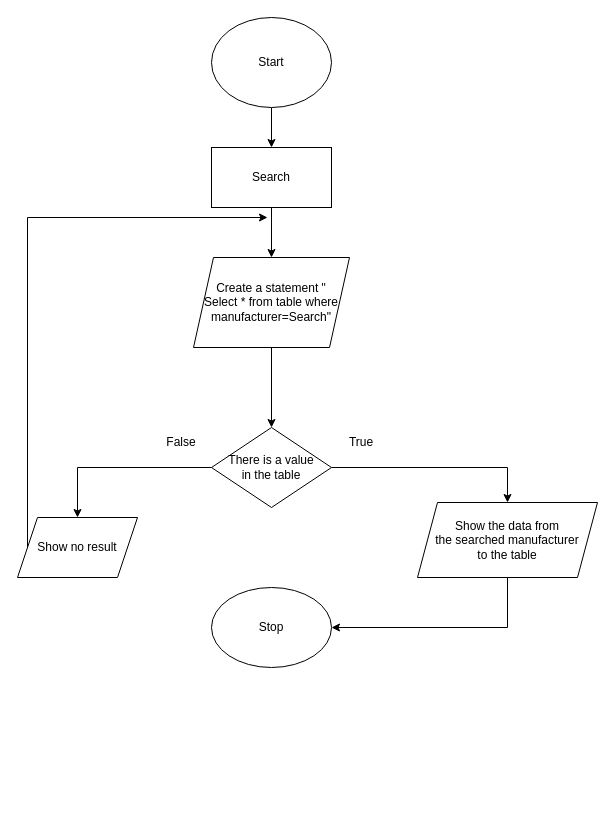
khanh8603/khanh8603 keeps this draw.io diagram as page "Filter by manufacturer" (1 of 4) of Filterphone.drawio. Above is the earlier version. Source tidied: cells renumbered, new cells numbered last; positions are measured from the earlier drawing's top-left corner, leaving out a move shared by most shapes. Both pictures are drawn from the tidied source at 100%, with x=0, y=0 at pixel (17, 17).
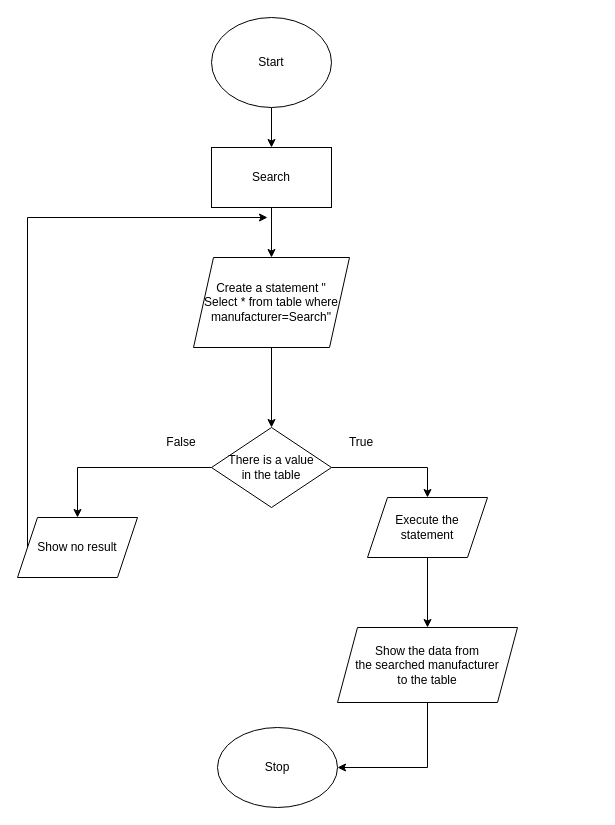
The same page after the edit.

The change refers to these unchanged cells:
```xml
<mxCell id="11" value="There is a value&lt;br&gt;in the table" style="rhombus;whiteSpace=wrap;html=1;" parent="1" vertex="1">
  <mxGeometry x="194" y="410" width="120" height="80" as="geometry" />
</mxCell>
```

The edit, as a diff of the source:
```diff
@@
     <mxCell id="4" value="Stop" style="ellipse;whiteSpace=wrap;html=1;" parent="1" vertex="1">
-      <mxGeometry x="194" y="570" width="120" height="80" as="geometry" />
+      <mxGeometry x="200" y="710" width="120" height="80" as="geometry" />
     </mxCell>
@@
-    <mxCell id="9" style="edgeStyle=orthogonalEdgeStyle;rounded=0;jettySize=auto;html=1;entryX=0.5;entryY=0;entryDx=0;entryDy=0;" parent="1" edge="1" source="11" target="13">
+    <mxCell id="9" style="edgeStyle=orthogonalEdgeStyle;rounded=0;jettySize=auto;html=1;entryX=0.5;entryY=0;entryDx=0;entryDy=0;" parent="1" edge="1" source="19" target="13">
       <mxGeometry relative="1" as="geometry" />
     </mxCell>
@@
     <mxCell id="13" value="Show the data from&lt;br&gt;the searched manufacturer&lt;br&gt;to the table" style="shape=parallelogram;perimeter=parallelogramPerimeter;whiteSpace=wrap;html=1;fixedSize=1;" parent="1" vertex="1">
-      <mxGeometry x="400" y="485" width="180" height="75" as="geometry" />
+      <mxGeometry x="320" y="610" width="180" height="75" as="geometry" />
     </mxCell>
@@
+    <mxCell id="18" style="edgeStyle=orthogonalEdgeStyle;rounded=0;jettySize=auto;html=1;entryX=0.5;entryY=0;entryDx=0;entryDy=0;" parent="1" edge="1" source="11" target="19">
+      <mxGeometry relative="1" as="geometry" />
+    </mxCell>
+    <mxCell id="19" value="Execute the statement" style="shape=parallelogram;perimeter=parallelogramPerimeter;whiteSpace=wrap;html=1;fixedSize=1;" parent="1" vertex="1">
+      <mxGeometry x="350" y="480" width="120" height="60" as="geometry" />
+    </mxCell>
```
